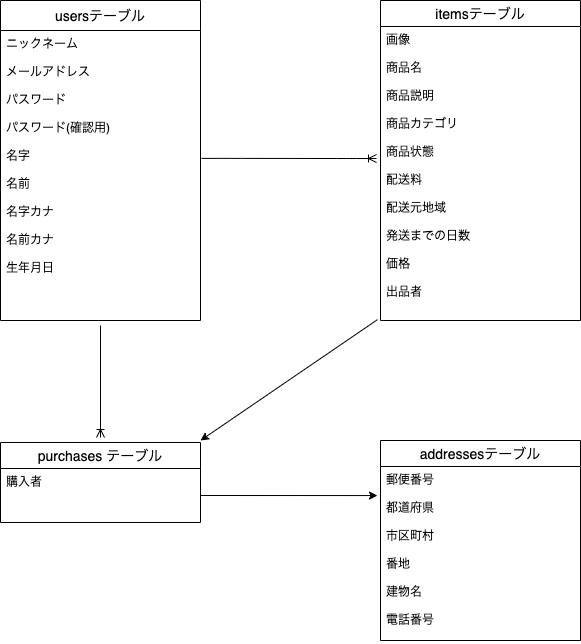
Earlier version of the draw.io export ER.drawio.png (chanrioooooo/furima-36850-2). Source tidied: cells renumbered, new cells last; positions are measured from the earlier drawing's top-left corner, leaving out a move shared by most shapes. The source it was exported from:
```xml
<mxGraphModel>
  <root>
    <mxCell id="0" />
    <mxCell id="1" parent="0" />
    <mxCell id="2" value="usersテーブル" style="swimlane;fontStyle=0;horizontal=1;startSize=30;align=center;fontSize=14;" parent="1" vertex="1">
      <mxGeometry width="200" height="320" as="geometry" />
    </mxCell>
    <mxCell id="3" value="ニックネーム&#10;&#10;メールアドレス&#10;&#10;パスワード&#10;&#10;パスワード(確認用)&#10;&#10;名字&#10;&#10;名前&#10;&#10;名字カナ&#10;&#10;名前カナ&#10;&#10;生年月日" style="text;strokeColor=none;fillColor=none;spacingLeft=4;spacingRight=4;overflow=hidden;points=[[0,0.5],[1,0.5]];portConstraint=eastwest;fontSize=12;verticalAlign=top;" parent="2" vertex="1">
      <mxGeometry y="30" width="200" height="290" as="geometry" />
    </mxCell>
    <mxCell id="4" value="itemsテーブル" style="swimlane;fontStyle=0;horizontal=1;startSize=26;align=center;fontSize=14;" parent="1" vertex="1">
      <mxGeometry x="380" width="200" height="320" as="geometry" />
    </mxCell>
    <mxCell id="5" value="画像&#10;&#10;商品名&#10;&#10;商品説明&#10;&#10;商品カテゴリ&#10;&#10;商品状態&#10;&#10;配送料&#10;&#10;配送元地域&#10;&#10;発送までの日数&#10;&#10;価格&#10;&#10;出品者&#10;" style="text;strokeColor=none;fillColor=none;spacingLeft=4;spacingRight=4;overflow=hidden;points=[[0,0.5],[1,0.5]];portConstraint=eastwest;fontSize=12;" parent="4" vertex="1">
      <mxGeometry y="26" width="200" height="294" as="geometry" />
    </mxCell>
    <mxCell id="6" value="purchases テーブル" style="swimlane;fontStyle=0;horizontal=1;startSize=26;align=center;fontSize=14;" parent="1" vertex="1">
      <mxGeometry y="442" width="200" height="80" as="geometry" />
    </mxCell>
    <mxCell id="7" value="購入者&#10;&#10;" style="text;strokeColor=none;fillColor=none;spacingLeft=4;spacingRight=4;overflow=hidden;points=[[0,0.5],[1,0.5]];portConstraint=eastwest;fontSize=12;" parent="6" vertex="1">
      <mxGeometry y="26" width="200" height="54" as="geometry" />
    </mxCell>
    <mxCell id="8" value="addressesテーブル" style="swimlane;fontStyle=0;horizontal=1;startSize=26;align=center;fontSize=14;" parent="1" vertex="1">
      <mxGeometry x="380" y="440" width="200" height="200" as="geometry" />
    </mxCell>
    <mxCell id="9" value="郵便番号&#10;&#10;都道府県&#10;&#10;市区町村&#10;&#10;番地&#10;&#10;建物名&#10;&#10;電話番号&#10;" style="text;strokeColor=none;fillColor=none;spacingLeft=4;spacingRight=4;overflow=hidden;points=[[0,0.5],[1,0.5]];portConstraint=eastwest;fontSize=12;" parent="8" vertex="1">
      <mxGeometry y="26" width="200" height="174" as="geometry" />
    </mxCell>
    <mxCell id="10" style="edgeStyle=entityRelationEdgeStyle;fontSize=12;html=1;endArrow=ERoneToMany;exitX=1.005;exitY=0.441;exitDx=0;exitDy=0;exitPerimeter=0;entryX=-0.02;entryY=0.449;entryDx=0;entryDy=0;entryPerimeter=0;" parent="1" edge="1" source="3" target="5">
      <mxGeometry relative="1" as="geometry" />
    </mxCell>
    <mxCell id="11" style="fontSize=12;html=1;endArrow=ERoneToMany;" parent="1" edge="1">
      <mxGeometry relative="1" as="geometry">
        <mxPoint x="100" y="325" as="sourcePoint" />
        <mxPoint x="100" y="437" as="targetPoint" />
      </mxGeometry>
    </mxCell>
    <mxCell id="12" style="edgeStyle=none;html=1;exitX=1;exitY=0.5;exitDx=0;exitDy=0;entryX=-0.015;entryY=0.167;entryDx=0;entryDy=0;entryPerimeter=0;" parent="1" edge="1" source="7" target="9">
      <mxGeometry relative="1" as="geometry" />
    </mxCell>
    <mxCell id="13" style="edgeStyle=none;html=1;exitX=-0.015;exitY=0.997;exitDx=0;exitDy=0;exitPerimeter=0;" parent="1" edge="1" source="5">
      <mxGeometry relative="1" as="geometry">
        <mxPoint x="200" y="440" as="targetPoint" />
      </mxGeometry>
    </mxCell>
  </root>
</mxGraphModel>
```
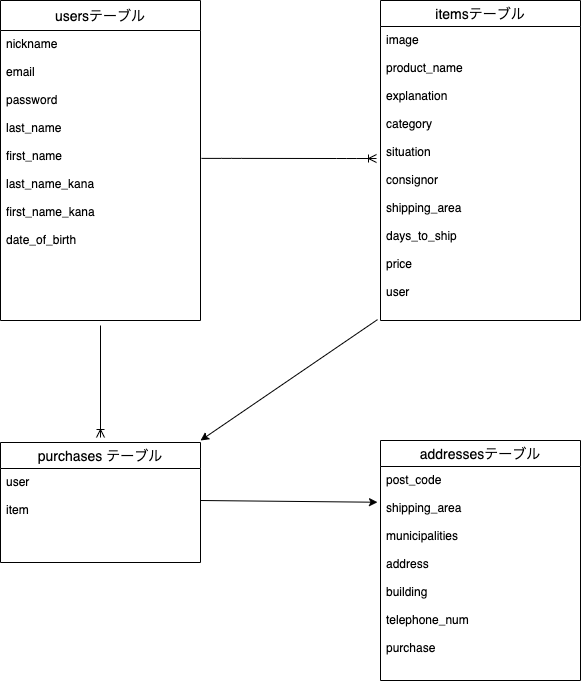
Later version of the same file.

Commit message:
DB設計の修正

The edit, as a diff of the source:
```diff
@@ -5,26 +5,26 @@
     <mxCell id="2" value="usersテーブル" style="swimlane;fontStyle=0;horizontal=1;startSize=30;align=center;fontSize=14;" parent="1" vertex="1">
       <mxGeometry width="200" height="320" as="geometry" />
     </mxCell>
-    <mxCell id="3" value="ニックネーム&#10;&#10;メールアドレス&#10;&#10;パスワード&#10;&#10;パスワード(確認用)&#10;&#10;名字&#10;&#10;名前&#10;&#10;名字カナ&#10;&#10;名前カナ&#10;&#10;生年月日" style="text;strokeColor=none;fillColor=none;spacingLeft=4;spacingRight=4;overflow=hidden;points=[[0,0.5],[1,0.5]];portConstraint=eastwest;fontSize=12;verticalAlign=top;" parent="2" vertex="1">
+    <mxCell id="3" value="nickname&#10;&#10;email&#10;&#10;password&#10;&#10;last_name&#10;&#10;first_name&#10;&#10;last_name_kana&#10;&#10;first_name_kana&#10;&#10;date_of_birth" style="text;strokeColor=none;fillColor=none;spacingLeft=4;spacingRight=4;overflow=hidden;points=[[0,0.5],[1,0.5]];portConstraint=eastwest;fontSize=12;verticalAlign=top;" parent="2" vertex="1">
       <mxGeometry y="30" width="200" height="290" as="geometry" />
     </mxCell>
     <mxCell id="4" value="itemsテーブル" style="swimlane;fontStyle=0;horizontal=1;startSize=26;align=center;fontSize=14;" parent="1" vertex="1">
       <mxGeometry x="380" width="200" height="320" as="geometry" />
     </mxCell>
-    <mxCell id="5" value="画像&#10;&#10;商品名&#10;&#10;商品説明&#10;&#10;商品カテゴリ&#10;&#10;商品状態&#10;&#10;配送料&#10;&#10;配送元地域&#10;&#10;発送までの日数&#10;&#10;価格&#10;&#10;出品者&#10;" style="text;strokeColor=none;fillColor=none;spacingLeft=4;spacingRight=4;overflow=hidden;points=[[0,0.5],[1,0.5]];portConstraint=eastwest;fontSize=12;" parent="4" vertex="1">
+    <mxCell id="5" value="image&#10;&#10;product_name&#10;&#10;explanation&#10;&#10;category&#10;&#10;situation&#10;&#10;consignor&#10;&#10;shipping_area&#10;&#10;days_to_ship&#10;&#10;price&#10;&#10;user&#10;" style="text;strokeColor=none;fillColor=none;spacingLeft=4;spacingRight=4;overflow=hidden;points=[[0,0.5],[1,0.5]];portConstraint=eastwest;fontSize=12;" parent="4" vertex="1">
       <mxGeometry y="26" width="200" height="294" as="geometry" />
     </mxCell>
     <mxCell id="6" value="purchases テーブル" style="swimlane;fontStyle=0;horizontal=1;startSize=26;align=center;fontSize=14;" parent="1" vertex="1">
-      <mxGeometry y="442" width="200" height="80" as="geometry" />
+      <mxGeometry y="442" width="200" height="120" as="geometry" />
     </mxCell>
-    <mxCell id="7" value="購入者&#10;&#10;" style="text;strokeColor=none;fillColor=none;spacingLeft=4;spacingRight=4;overflow=hidden;points=[[0,0.5],[1,0.5]];portConstraint=eastwest;fontSize=12;" parent="6" vertex="1">
-      <mxGeometry y="26" width="200" height="54" as="geometry" />
+    <mxCell id="7" value="user&#10;&#10;item" style="text;strokeColor=none;fillColor=none;spacingLeft=4;spacingRight=4;overflow=hidden;points=[[0,0.5],[1,0.5]];portConstraint=eastwest;fontSize=12;" parent="6" vertex="1">
+      <mxGeometry y="26" width="200" height="94" as="geometry" />
     </mxCell>
     <mxCell id="8" value="addressesテーブル" style="swimlane;fontStyle=0;horizontal=1;startSize=26;align=center;fontSize=14;" parent="1" vertex="1">
-      <mxGeometry x="380" y="440" width="200" height="200" as="geometry" />
+      <mxGeometry x="380" y="440" width="200" height="240" as="geometry" />
     </mxCell>
-    <mxCell id="9" value="郵便番号&#10;&#10;都道府県&#10;&#10;市区町村&#10;&#10;番地&#10;&#10;建物名&#10;&#10;電話番号&#10;" style="text;strokeColor=none;fillColor=none;spacingLeft=4;spacingRight=4;overflow=hidden;points=[[0,0.5],[1,0.5]];portConstraint=eastwest;fontSize=12;" parent="8" vertex="1">
-      <mxGeometry y="26" width="200" height="174" as="geometry" />
+    <mxCell id="9" value="post_code&#10;&#10;shipping_area&#10;&#10;municipalities&#10;&#10;address&#10;&#10;building&#10;&#10;telephone_num&#10;&#10;purchase" style="text;strokeColor=none;fillColor=none;spacingLeft=4;spacingRight=4;overflow=hidden;points=[[0,0.5],[1,0.5]];portConstraint=eastwest;fontSize=12;" parent="8" vertex="1">
+      <mxGeometry y="26" width="200" height="214" as="geometry" />
     </mxCell>
     <mxCell id="10" style="edgeStyle=entityRelationEdgeStyle;fontSize=12;html=1;endArrow=ERoneToMany;exitX=1.005;exitY=0.441;exitDx=0;exitDy=0;exitPerimeter=0;entryX=-0.02;entryY=0.449;entryDx=0;entryDy=0;entryPerimeter=0;" parent="1" edge="1" source="3" target="5">
       <mxGeometry relative="1" as="geometry" />
@@ -35,8 +35,10 @@
         <mxPoint x="100" y="437" as="targetPoint" />
       </mxGeometry>
     </mxCell>
-    <mxCell id="12" style="edgeStyle=none;html=1;exitX=1;exitY=0.5;exitDx=0;exitDy=0;entryX=-0.015;entryY=0.167;entryDx=0;entryDy=0;entryPerimeter=0;" parent="1" edge="1" source="7" target="9">
-      <mxGeometry relative="1" as="geometry" />
+    <mxCell id="12" style="edgeStyle=none;html=1;entryX=-0.015;entryY=0.167;entryDx=0;entryDy=0;entryPerimeter=0;" parent="1" edge="1" target="9">
+      <mxGeometry relative="1" as="geometry">
+        <mxPoint x="200" y="500" as="sourcePoint" />
+      </mxGeometry>
     </mxCell>
     <mxCell id="13" style="edgeStyle=none;html=1;exitX=-0.015;exitY=0.997;exitDx=0;exitDy=0;exitPerimeter=0;" parent="1" edge="1" source="5">
       <mxGeometry relative="1" as="geometry">
```
